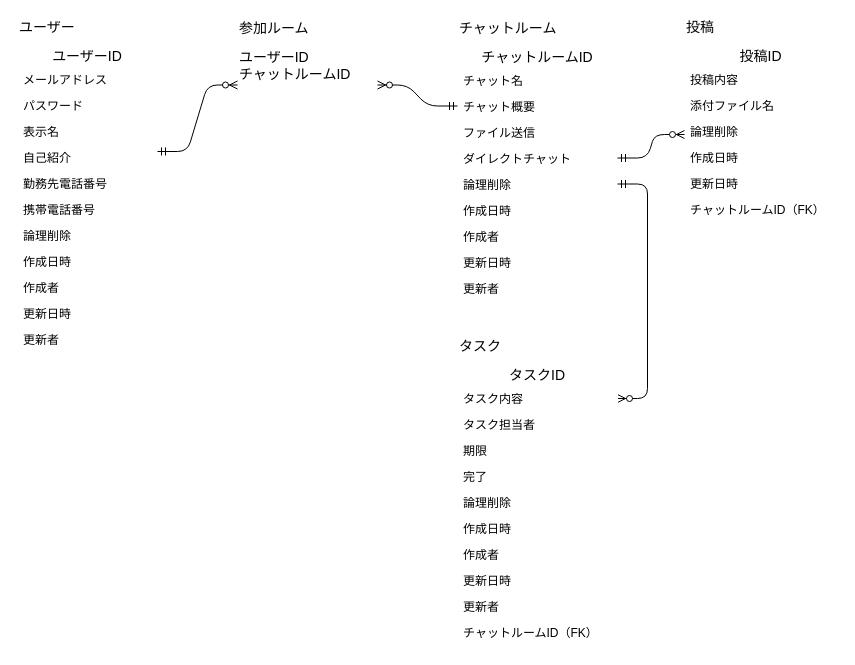
The draw.io diagram db/db-challenge1/index.dio in codeschoolway/quelcode-db, before the edit. Source tidied: cells renumbered, new cells numbered last; positions are measured from the earlier drawing's top-left corner, leaving out a move shared by most shapes. Both pictures are drawn from the tidied source at 100%, with x=0, y=0 at pixel (17, 17).
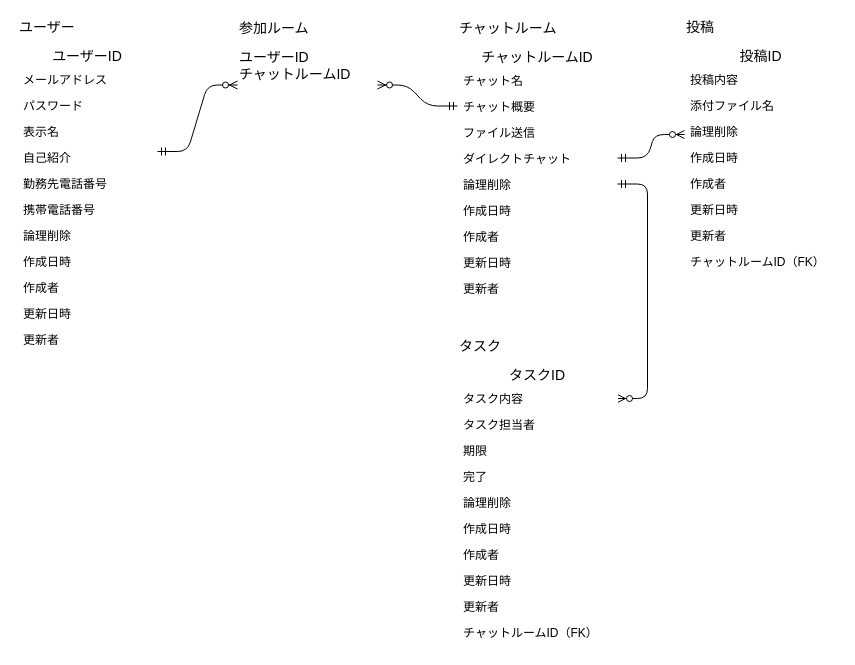
Above is the later version.

Commit message:
投稿テーブルに作成者と更新者のidを追加

Change to the diagram source:
```diff
@@
     <mxCell id="30" value="投稿ID" style="swimlane;fontStyle=0;horizontal=1;startSize=22;align=center;fontSize=14;rounded=0;shadow=0;glass=0;strokeColor=#FFFFFF;strokeWidth=1;fillColor=none;gradientColor=none;" parent="1" vertex="1">
-      <mxGeometry x="667" y="27" width="153" height="178" as="geometry" />
+      <mxGeometry x="667" y="27" width="153" height="230" as="geometry" />
     </mxCell>
@@
+    <mxCell id="53" value="作成者" style="text;strokeColor=none;fillColor=none;spacingLeft=4;spacingRight=4;overflow=hidden;fontSize=12;" parent="30" vertex="1">
+      <mxGeometry y="126" width="153" height="26" as="geometry" />
+    </mxCell>
     <mxCell id="35" value="更新日時" style="text;strokeColor=none;fillColor=none;spacingLeft=4;spacingRight=4;overflow=hidden;fontSize=12;" parent="30" vertex="1">
-      <mxGeometry y="126" width="153" height="26" as="geometry" />
+      <mxGeometry y="152" width="153" height="26" as="geometry" />
     </mxCell>
+    <mxCell id="54" value="更新者" style="text;strokeColor=none;fillColor=none;spacingLeft=4;spacingRight=4;overflow=hidden;fontSize=12;" parent="30" vertex="1">
+      <mxGeometry y="178" width="153" height="26" as="geometry" />
+    </mxCell>
     <mxCell id="36" value="チャットルームID（FK）" style="text;strokeColor=none;fillColor=none;spacingLeft=4;spacingRight=4;overflow=hidden;fontSize=12;" parent="30" vertex="1">
-      <mxGeometry y="152" width="153" height="26" as="geometry" />
+      <mxGeometry y="204" width="153" height="26" as="geometry" />
     </mxCell>
```
